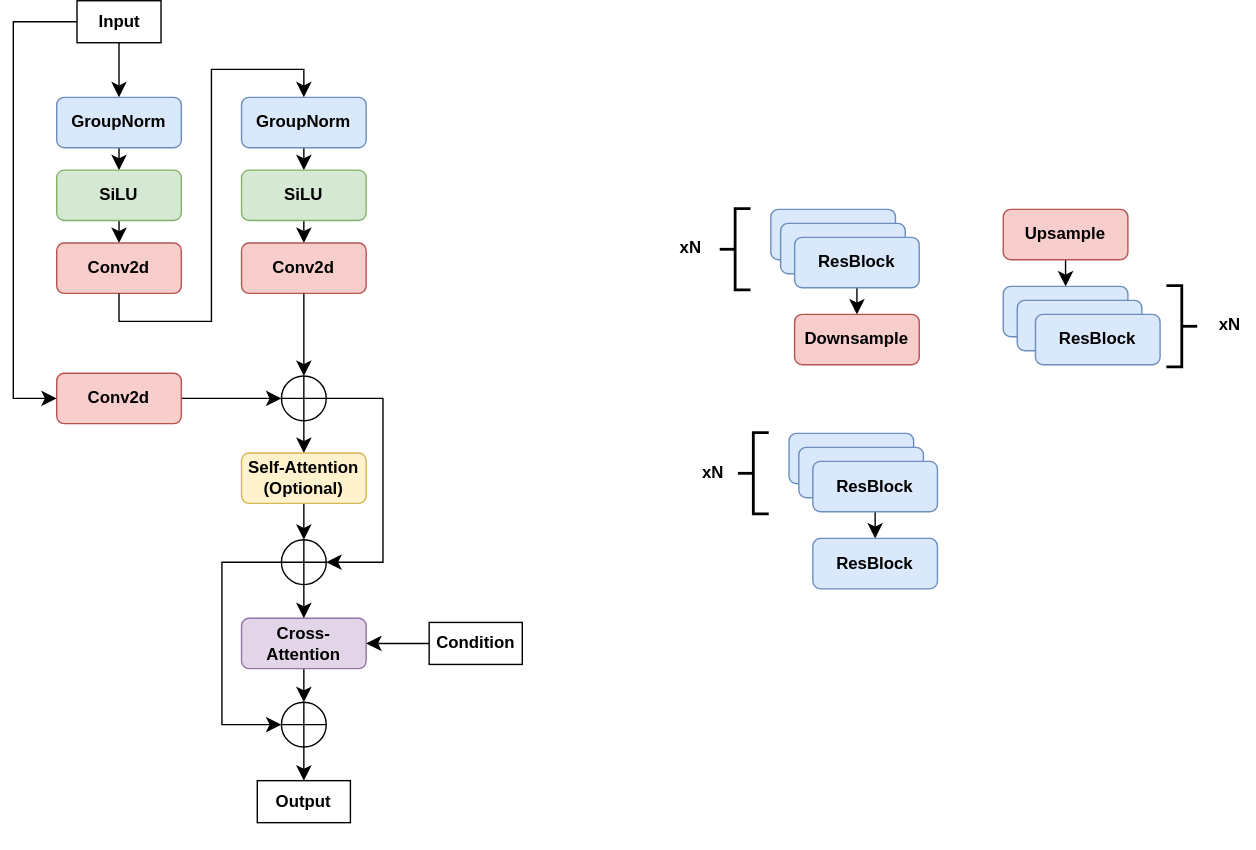
Earlier version of the draw.io export files/mid-block.svg (abdelnour13/my_kaggle_notebooks). Source tidied: cells renumbered, new cells last; positions are measured from the earlier drawing's top-left corner, leaving out a move shared by most shapes.
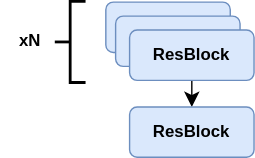
Above is the later version.

What changed in the source:
```diff
@@ -2,177 +2,6 @@
   <root>
     <mxCell id="0" />
     <mxCell id="1" parent="0" />
-    <mxCell id="2" style="group;" parent="1" vertex="1">
-      <mxGeometry width="405" height="606" as="geometry" />
-    </mxCell>
-    <mxCell id="3" style="group;" parent="2" vertex="1">
-      <mxGeometry x="31" y="69" width="374" height="537" as="geometry" />
-    </mxCell>
-    <mxCell id="4" style="edgeStyle=none;curved=1;rounded=0;jettySize=auto;html=1;exitX=0.5;exitY=1;exitDx=0;exitDy=0;entryX=0.5;entryY=0;entryDx=0;entryDy=0;fontSize=12;startSize=8;endSize=8;" parent="3" edge="1" source="5" target="7">
-      <mxGeometry relative="1" as="geometry" />
-    </mxCell>
-    <mxCell id="5" value="&lt;b&gt;GroupNorm&lt;/b&gt;" style="rounded=1;whiteSpace=wrap;html=1;fillColor=#dae8fc;strokeColor=#6c8ebf;" parent="3" vertex="1">
-      <mxGeometry width="89" height="36" as="geometry" />
-    </mxCell>
-    <mxCell id="6" style="edgeStyle=none;curved=1;rounded=0;jettySize=auto;html=1;exitX=0.5;exitY=1;exitDx=0;exitDy=0;entryX=0.5;entryY=0;entryDx=0;entryDy=0;fontSize=12;startSize=8;endSize=8;" parent="3" edge="1" source="7" target="8">
-      <mxGeometry relative="1" as="geometry" />
-    </mxCell>
-    <mxCell id="7" value="&lt;b&gt;SiLU&lt;/b&gt;" style="rounded=1;whiteSpace=wrap;html=1;fillColor=#d5e8d4;strokeColor=#82b366;" parent="3" vertex="1">
-      <mxGeometry y="52" width="89" height="36" as="geometry" />
-    </mxCell>
-    <mxCell id="8" value="&lt;b&gt;Conv2d&lt;/b&gt;" style="rounded=1;whiteSpace=wrap;html=1;fillColor=#f8cecc;strokeColor=#b85450;" parent="3" vertex="1">
-      <mxGeometry y="104" width="89" height="36" as="geometry" />
-    </mxCell>
-    <mxCell id="9" style="group;" parent="2" vertex="1">
-      <mxGeometry x="158" y="69" width="89" height="140" as="geometry" />
-    </mxCell>
-    <mxCell id="10" style="edgeStyle=none;curved=1;rounded=0;jettySize=auto;html=1;exitX=0.5;exitY=1;exitDx=0;exitDy=0;entryX=0.5;entryY=0;entryDx=0;entryDy=0;fontSize=12;startSize=8;endSize=8;" parent="9" edge="1" source="11" target="13">
-      <mxGeometry relative="1" as="geometry" />
-    </mxCell>
-    <mxCell id="11" value="&lt;b&gt;GroupNorm&lt;/b&gt;" style="rounded=1;whiteSpace=wrap;html=1;fillColor=#dae8fc;strokeColor=#6c8ebf;" parent="9" vertex="1">
-      <mxGeometry x="5" width="89" height="36" as="geometry" />
-    </mxCell>
-    <mxCell id="12" style="edgeStyle=none;curved=1;rounded=0;jettySize=auto;html=1;exitX=0.5;exitY=1;exitDx=0;exitDy=0;entryX=0.5;entryY=0;entryDx=0;entryDy=0;fontSize=12;startSize=8;endSize=8;" parent="9" edge="1" source="13" target="14">
-      <mxGeometry relative="1" as="geometry" />
-    </mxCell>
-    <mxCell id="13" value="&lt;b&gt;SiLU&lt;/b&gt;" style="rounded=1;whiteSpace=wrap;html=1;fillColor=#d5e8d4;strokeColor=#82b366;" parent="9" vertex="1">
-      <mxGeometry x="5" y="52" width="89" height="36" as="geometry" />
-    </mxCell>
-    <mxCell id="14" value="&lt;b&gt;Conv2d&lt;/b&gt;" style="rounded=1;whiteSpace=wrap;html=1;fillColor=#f8cecc;strokeColor=#b85450;" parent="9" vertex="1">
-      <mxGeometry x="5" y="104" width="89" height="36" as="geometry" />
-    </mxCell>
-    <mxCell id="15" style="edgeStyle=orthogonalEdgeStyle;rounded=0;jettySize=auto;html=1;exitX=0.5;exitY=1;exitDx=0;exitDy=0;entryX=0.5;entryY=0;entryDx=0;entryDy=0;fontSize=12;startSize=8;endSize=8;" parent="2" edge="1" source="8" target="11">
-      <mxGeometry relative="1" as="geometry" />
-    </mxCell>
-    <mxCell id="16" style="edgeStyle=none;curved=1;rounded=0;jettySize=auto;html=1;exitX=1;exitY=0.5;exitDx=0;exitDy=0;entryX=0;entryY=0.5;entryDx=0;entryDy=0;fontSize=12;startSize=8;endSize=8;" parent="2" edge="1" source="17" target="23">
-      <mxGeometry relative="1" as="geometry" />
-    </mxCell>
-    <mxCell id="17" value="&lt;b&gt;Conv2d&lt;/b&gt;" style="rounded=1;whiteSpace=wrap;html=1;fillColor=#f8cecc;strokeColor=#b85450;" parent="2" vertex="1">
-      <mxGeometry x="31" y="266" width="89" height="36" as="geometry" />
-    </mxCell>
-    <mxCell id="18" style="edgeStyle=none;curved=1;rounded=0;jettySize=auto;html=1;exitX=0.5;exitY=1;exitDx=0;exitDy=0;entryX=0.5;entryY=0;entryDx=0;entryDy=0;fontSize=12;startSize=8;endSize=8;" parent="2" edge="1" source="20" target="5">
-      <mxGeometry relative="1" as="geometry" />
-    </mxCell>
-    <mxCell id="19" style="edgeStyle=orthogonalEdgeStyle;rounded=0;jettySize=auto;html=1;exitX=0;exitY=0.5;exitDx=0;exitDy=0;entryX=0;entryY=0.5;entryDx=0;entryDy=0;fontSize=12;startSize=8;endSize=8;" parent="2" edge="1" source="20" target="17">
-      <mxGeometry relative="1" as="geometry">
-        <Array as="points">
-          <mxPoint y="15" />
-          <mxPoint y="284" />
-        </Array>
-      </mxGeometry>
-    </mxCell>
-    <mxCell id="20" value="&lt;b&gt;Input&lt;/b&gt;" style="text;html=1;whiteSpace=wrap;strokeColor=default;fillColor=none;align=center;verticalAlign=middle;rounded=0;" parent="2" vertex="1">
-      <mxGeometry x="45.5" width="60" height="30" as="geometry" />
-    </mxCell>
-    <mxCell id="21" style="edgeStyle=none;curved=1;rounded=0;jettySize=auto;html=1;exitX=0.5;exitY=1;exitDx=0;exitDy=0;entryX=0.5;entryY=0;entryDx=0;entryDy=0;fontSize=12;startSize=8;endSize=8;" parent="2" edge="1" source="23" target="26">
-      <mxGeometry relative="1" as="geometry" />
-    </mxCell>
-    <mxCell id="22" style="edgeStyle=orthogonalEdgeStyle;rounded=0;jettySize=auto;html=1;entryX=1;entryY=0.5;entryDx=0;entryDy=0;fontSize=12;startSize=8;endSize=8;" parent="2" edge="1" source="23" target="31">
-      <mxGeometry relative="1" as="geometry">
-        <Array as="points">
-          <mxPoint x="264" y="284" />
-          <mxPoint x="264" y="401" />
-        </Array>
-      </mxGeometry>
-    </mxCell>
-    <mxCell id="23" style="shape=orEllipse;perimeter=ellipsePerimeter;whiteSpace=wrap;html=1;backgroundOutline=1;" parent="2" vertex="1">
-      <mxGeometry x="191.5" y="268" width="32" height="32" as="geometry" />
-    </mxCell>
-    <mxCell id="24" style="edgeStyle=none;curved=1;rounded=0;jettySize=auto;html=1;exitX=0.5;exitY=1;exitDx=0;exitDy=0;entryX=0.5;entryY=0;entryDx=0;entryDy=0;fontSize=12;startSize=8;endSize=8;" parent="2" edge="1" source="14" target="23">
-      <mxGeometry relative="1" as="geometry" />
-    </mxCell>
-    <mxCell id="25" style="edgeStyle=none;curved=1;rounded=0;jettySize=auto;html=1;exitX=0.5;exitY=1;exitDx=0;exitDy=0;entryX=0.5;entryY=0;entryDx=0;entryDy=0;fontSize=12;startSize=8;endSize=8;" parent="2" edge="1" source="26" target="31">
-      <mxGeometry relative="1" as="geometry" />
-    </mxCell>
-    <mxCell id="26" value="&lt;b&gt;Self-Attention (Optional)&lt;/b&gt;" style="rounded=1;whiteSpace=wrap;html=1;fillColor=#fff2cc;strokeColor=#d6b656;" parent="2" vertex="1">
-      <mxGeometry x="163" y="323" width="89" height="36" as="geometry" />
-    </mxCell>
-    <mxCell id="27" style="edgeStyle=none;curved=1;rounded=0;jettySize=auto;html=1;exitX=0.5;exitY=1;exitDx=0;exitDy=0;entryX=0.5;entryY=0;entryDx=0;entryDy=0;fontSize=12;startSize=8;endSize=8;" parent="2" edge="1" source="28" target="33">
-      <mxGeometry relative="1" as="geometry" />
-    </mxCell>
-    <mxCell id="28" value="&lt;b&gt;Cross-Attention&lt;/b&gt;" style="rounded=1;whiteSpace=wrap;html=1;fillColor=#e1d5e7;strokeColor=#9673a6;" parent="2" vertex="1">
-      <mxGeometry x="163" y="441" width="89" height="36" as="geometry" />
-    </mxCell>
-    <mxCell id="29" style="edgeStyle=none;curved=1;rounded=0;jettySize=auto;html=1;exitX=0.5;exitY=1;exitDx=0;exitDy=0;entryX=0.5;entryY=0;entryDx=0;entryDy=0;fontSize=12;startSize=8;endSize=8;" parent="2" edge="1" source="31" target="28">
-      <mxGeometry relative="1" as="geometry" />
-    </mxCell>
-    <mxCell id="30" style="edgeStyle=orthogonalEdgeStyle;rounded=0;jettySize=auto;html=1;exitX=0;exitY=0.5;exitDx=0;exitDy=0;entryX=0;entryY=0.5;entryDx=0;entryDy=0;fontSize=12;startSize=8;endSize=8;" parent="2" edge="1" source="31" target="33">
-      <mxGeometry relative="1" as="geometry">
-        <Array as="points">
-          <mxPoint x="149" y="401" />
-          <mxPoint x="149" y="517" />
-        </Array>
-      </mxGeometry>
-    </mxCell>
-    <mxCell id="31" style="shape=orEllipse;perimeter=ellipsePerimeter;whiteSpace=wrap;html=1;backgroundOutline=1;" parent="2" vertex="1">
-      <mxGeometry x="191.5" y="385" width="32" height="32" as="geometry" />
-    </mxCell>
-    <mxCell id="32" style="edgeStyle=none;curved=1;rounded=0;jettySize=auto;html=1;exitX=0.5;exitY=1;exitDx=0;exitDy=0;entryX=0.5;entryY=0;entryDx=0;entryDy=0;fontSize=12;startSize=8;endSize=8;" parent="2" edge="1" source="33" target="36">
-      <mxGeometry relative="1" as="geometry" />
-    </mxCell>
-    <mxCell id="33" style="shape=orEllipse;perimeter=ellipsePerimeter;whiteSpace=wrap;html=1;backgroundOutline=1;" parent="2" vertex="1">
-      <mxGeometry x="191.5" y="501" width="32" height="32" as="geometry" />
-    </mxCell>
-    <mxCell id="34" style="edgeStyle=none;curved=1;rounded=0;jettySize=auto;html=1;exitX=0;exitY=0.5;exitDx=0;exitDy=0;entryX=1;entryY=0.5;entryDx=0;entryDy=0;fontSize=12;startSize=8;endSize=8;" parent="2" edge="1" source="35" target="28">
-      <mxGeometry relative="1" as="geometry" />
-    </mxCell>
-    <mxCell id="35" value="&lt;b&gt;Condition&lt;/b&gt;" style="text;html=1;whiteSpace=wrap;strokeColor=default;fillColor=none;align=center;verticalAlign=middle;rounded=0;" parent="2" vertex="1">
-      <mxGeometry x="297" y="444" width="66.5" height="30" as="geometry" />
-    </mxCell>
-    <mxCell id="36" value="&lt;b&gt;Output&lt;/b&gt;" style="text;html=1;whiteSpace=wrap;strokeColor=default;fillColor=none;align=center;verticalAlign=middle;rounded=0;" parent="2" vertex="1">
-      <mxGeometry x="174.2" y="557" width="66.5" height="30" as="geometry" />
-    </mxCell>
-    <mxCell id="37" style="group;" parent="1" vertex="1">
-      <mxGeometry x="466" y="149" width="181" height="111" as="geometry" />
-    </mxCell>
-    <mxCell id="38" value="&lt;b&gt;ResBlock&lt;/b&gt;" style="rounded=1;whiteSpace=wrap;html=1;fillColor=#dae8fc;strokeColor=#6c8ebf;" parent="37" vertex="1">
-      <mxGeometry x="75" width="89" height="36" as="geometry" />
-    </mxCell>
-    <mxCell id="39" value="&lt;b&gt;ResBlock&lt;/b&gt;" style="rounded=1;whiteSpace=wrap;html=1;fillColor=#dae8fc;strokeColor=#6c8ebf;" parent="37" vertex="1">
-      <mxGeometry x="82" y="10" width="89" height="36" as="geometry" />
-    </mxCell>
-    <mxCell id="40" style="edgeStyle=none;curved=1;rounded=0;jettySize=auto;html=1;exitX=0.5;exitY=1;exitDx=0;exitDy=0;entryX=0.5;entryY=0;entryDx=0;entryDy=0;fontSize=12;startSize=8;endSize=8;" parent="37" edge="1" source="41" target="42">
-      <mxGeometry relative="1" as="geometry" />
-    </mxCell>
-    <mxCell id="41" value="&lt;b&gt;ResBlock&lt;/b&gt;" style="rounded=1;whiteSpace=wrap;html=1;fillColor=#dae8fc;strokeColor=#6c8ebf;" parent="37" vertex="1">
-      <mxGeometry x="92" y="20" width="89" height="36" as="geometry" />
-    </mxCell>
-    <mxCell id="42" value="&lt;b&gt;Downsample&lt;/b&gt;" style="rounded=1;whiteSpace=wrap;html=1;fillColor=#f8cecc;strokeColor=#b85450;" parent="37" vertex="1">
-      <mxGeometry x="92" y="75" width="89" height="36" as="geometry" />
-    </mxCell>
-    <mxCell id="43" style="strokeWidth=2;html=1;shape=mxgraph.flowchart.annotation_2;align=left;labelPosition=right;" parent="37" vertex="1">
-      <mxGeometry x="39" width="22" height="58" as="geometry" />
-    </mxCell>
-    <mxCell id="44" value="&lt;b&gt;xN&lt;/b&gt;" style="text;html=1;whiteSpace=wrap;strokeColor=none;fillColor=none;align=center;verticalAlign=middle;rounded=0;" parent="37" vertex="1">
-      <mxGeometry y="13" width="36" height="30" as="geometry" />
-    </mxCell>
-    <mxCell id="45" style="edgeStyle=none;curved=1;rounded=0;orthogonalLoop=1;jettySize=auto;html=1;exitX=0.25;exitY=1;exitDx=0;exitDy=0;fontSize=12;startSize=8;endSize=8;" parent="37" edge="1" source="44" target="44">
-      <mxGeometry relative="1" as="geometry" />
-    </mxCell>
-    <mxCell id="46" style="group;" parent="1" vertex="1">
-      <mxGeometry x="707" y="149" width="180" height="113" as="geometry" />
-    </mxCell>
-    <mxCell id="47" style="edgeStyle=none;curved=1;rounded=0;jettySize=auto;html=1;exitX=0.5;exitY=1;exitDx=0;exitDy=0;entryX=0.5;entryY=0;entryDx=0;entryDy=0;fontSize=12;startSize=8;endSize=8;" parent="46" edge="1" source="48" target="49">
-      <mxGeometry relative="1" as="geometry" />
-    </mxCell>
-    <mxCell id="48" value="&lt;b&gt;Upsample&lt;/b&gt;" style="rounded=1;whiteSpace=wrap;html=1;fillColor=#f8cecc;strokeColor=#b85450;" parent="46" vertex="1">
-      <mxGeometry width="89" height="36" as="geometry" />
-    </mxCell>
-    <mxCell id="49" value="&lt;b&gt;ResBlock&lt;/b&gt;" style="rounded=1;whiteSpace=wrap;html=1;fillColor=#dae8fc;strokeColor=#6c8ebf;" parent="46" vertex="1">
-      <mxGeometry y="55" width="89" height="36" as="geometry" />
-    </mxCell>
-    <mxCell id="50" value="&lt;b&gt;ResBlock&lt;/b&gt;" style="rounded=1;whiteSpace=wrap;html=1;fillColor=#dae8fc;strokeColor=#6c8ebf;" parent="46" vertex="1">
-      <mxGeometry x="10" y="65" width="89" height="36" as="geometry" />
-    </mxCell>
-    <mxCell id="51" value="&lt;b&gt;ResBlock&lt;/b&gt;" style="rounded=1;whiteSpace=wrap;html=1;fillColor=#dae8fc;strokeColor=#6c8ebf;" parent="46" vertex="1">
-      <mxGeometry x="23" y="75" width="89" height="36" as="geometry" />
-    </mxCell>
-    <mxCell id="52" style="strokeWidth=2;html=1;shape=mxgraph.flowchart.annotation_2;align=left;labelPosition=right;rotation=-180;" parent="46" vertex="1">
-      <mxGeometry x="117" y="55" width="22" height="58" as="geometry" />
-    </mxCell>
-    <mxCell id="53" value="&lt;b&gt;xN&lt;/b&gt;" style="text;html=1;whiteSpace=wrap;strokeColor=none;fillColor=none;align=center;verticalAlign=middle;rounded=0;" parent="46" vertex="1">
-      <mxGeometry x="144" y="68" width="36" height="30" as="geometry" />
-    </mxCell>
     <mxCell id="54" style="group;" parent="1" vertex="1">
       <mxGeometry x="482" y="309" width="178" height="111" as="geometry" />
     </mxCell>
@@ -194,14 +23,14 @@
     <mxCell id="60" style="strokeWidth=2;html=1;shape=mxgraph.flowchart.annotation_2;align=left;labelPosition=right;" parent="54" vertex="1">
       <mxGeometry x="36" width="22" height="58" as="geometry" />
     </mxCell>
-    <mxCell id="61" style="edgeStyle=none;curved=1;rounded=0;orthogonalLoop=1;jettySize=auto;html=1;exitX=0.25;exitY=1;exitDx=0;exitDy=0;fontSize=12;startSize=8;endSize=8;" parent="54" edge="1">
-      <mxGeometry relative="1" as="geometry">
-        <mxPoint x="6" y="43" as="sourcePoint" />
-        <mxPoint x="6" y="43" as="targetPoint" />
-      </mxGeometry>
-    </mxCell>
-    <mxCell id="62" value="&lt;b&gt;xN&lt;/b&gt;" style="text;html=1;whiteSpace=wrap;strokeColor=none;fillColor=none;align=center;verticalAlign=middle;rounded=0;" parent="54" vertex="1">
-      <mxGeometry y="13" width="36" height="30" as="geometry" />
-    </mxCell>
+    <mxCell id="63" style="edgeStyle=none;curved=1;rounded=0;orthogonalLoop=1;jettySize=auto;html=1;exitX=0.25;exitY=1;exitDx=0;exitDy=0;fontSize=12;startSize=8;endSize=8;" parent="54" edge="1">
+      <mxGeometry relative="1" as="geometry">
+        <mxPoint x="6" y="43" as="sourcePoint" />
+        <mxPoint x="6" y="43" as="targetPoint" />
+      </mxGeometry>
+    </mxCell>
+    <mxCell id="64" value="&lt;b&gt;xN&lt;/b&gt;" style="text;html=1;whiteSpace=wrap;strokeColor=none;fillColor=none;align=center;verticalAlign=middle;rounded=0;" parent="54" vertex="1">
+      <mxGeometry y="13" width="36" height="30" as="geometry" />
+    </mxCell>
   </root>
 </mxGraphModel>
```
